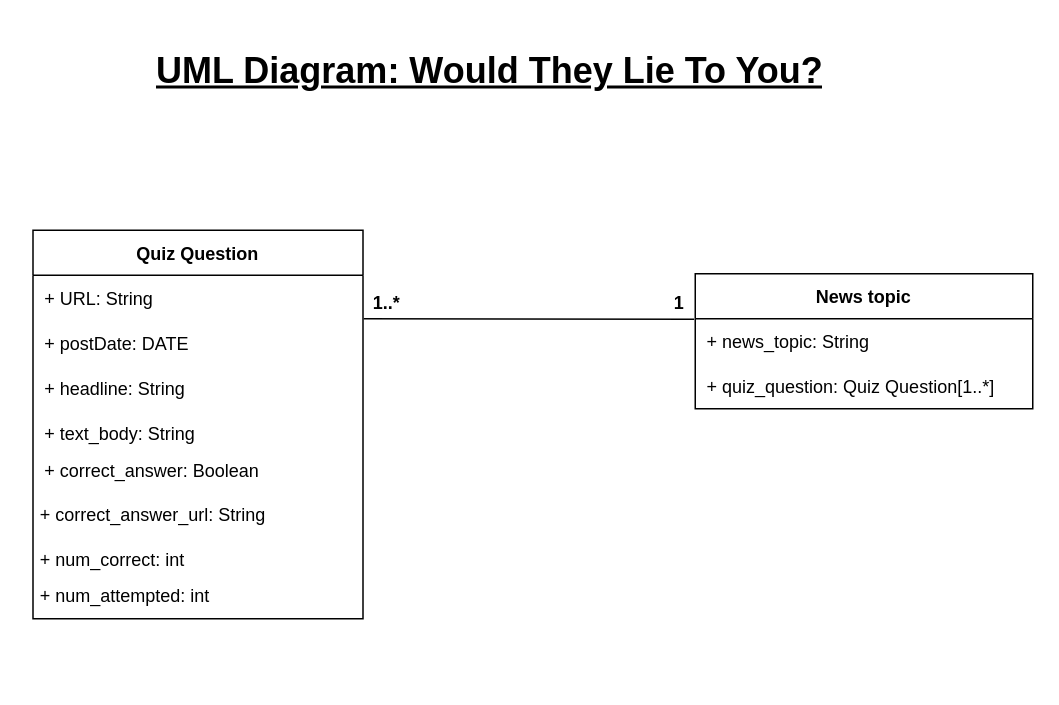
Earlier version of the draw.io diagram Documentation/Backend/DatabaseDesign/NoSQLDBDevelopment/NoSQLUML.drawio (Davospike/segpSPA). Source tidied: cells renumbered, new cells numbered last; positions are measured from the earlier drawing's top-left corner, leaving out a move shared by most shapes. Both pictures are drawn from the tidied source at 150%, with x=0, y=0 at pixel (27, 40).
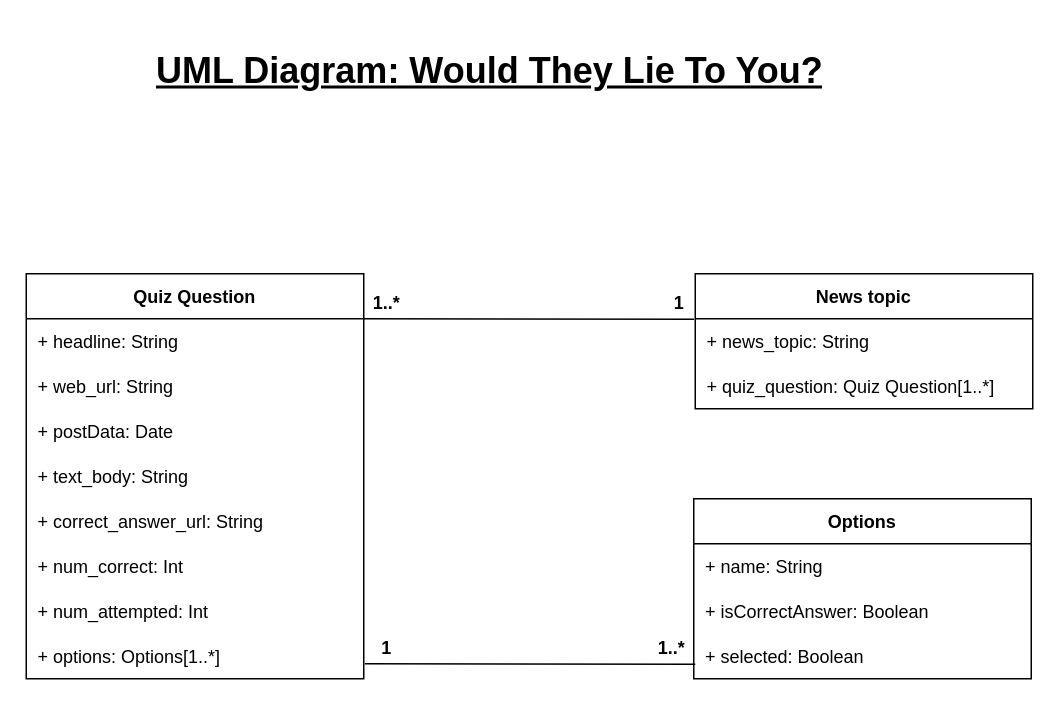
The same page after the edit.

Change to the diagram source:
```diff
@@
-    <mxCell id="2" value="Quiz Question" style="shape=table;startSize=30;childLayout=tableLayout;rowLines=0;fontStyle=1;align=center;" parent="1" vertex="1">
-      <mxGeometry x="3.5" y="126" width="220" height="259" as="geometry" />
-    </mxCell>
-    <mxCell id="3" style="shape=partialRectangle;fillColor=none;top=0;left=0;right=0;bottom=0;" parent="2" vertex="1">
-      <mxGeometry y="30" width="220" height="30" as="geometry" />
-    </mxCell>
-    <mxCell id="4" value="+ URL: String" style="shape=partialRectangle;overflow=hidden;fillColor=none;top=0;left=0;bottom=0;right=0;align=left;spacingLeft=6;" parent="3" vertex="1">
-      <mxGeometry width="220" height="30" as="geometry" />
-    </mxCell>
-    <mxCell id="5" style="shape=partialRectangle;fillColor=none;top=0;left=0;right=0;bottom=0;" parent="2" vertex="1">
-      <mxGeometry y="60" width="220" height="30" as="geometry" />
-    </mxCell>
-    <mxCell id="6" value="+ postDate: DATE " style="shape=partialRectangle;overflow=hidden;fillColor=none;top=0;left=0;bottom=0;right=0;align=left;spacingLeft=6;" parent="5" vertex="1">
-      <mxGeometry width="220" height="30" as="geometry" />
-    </mxCell>
-    <mxCell id="7" style="shape=partialRectangle;fillColor=none;top=0;left=0;right=0;bottom=0;" parent="2" vertex="1">
-      <mxGeometry y="90" width="220" height="30" as="geometry" />
-    </mxCell>
-    <mxCell id="8" value="+ headline: String" style="shape=partialRectangle;overflow=hidden;fillColor=none;top=0;left=0;bottom=0;right=0;align=left;spacingLeft=6;" parent="7" vertex="1">
-      <mxGeometry width="220" height="30" as="geometry" />
-    </mxCell>
-    <mxCell id="9" style="shape=partialRectangle;fillColor=none;top=0;left=0;right=0;bottom=0;" parent="2" vertex="1">
-      <mxGeometry y="120" width="220" height="30" as="geometry" />
-    </mxCell>
-    <mxCell id="10" value="+ text_body: String" style="shape=partialRectangle;overflow=hidden;fillColor=none;top=0;left=0;bottom=0;right=0;align=left;spacingLeft=6;" parent="9" vertex="1">
-      <mxGeometry width="220" height="30" as="geometry" />
-    </mxCell>
-    <mxCell id="11" style="shape=partialRectangle;fillColor=none;top=0;left=0;right=0;bottom=0;" parent="2" vertex="1">
-      <mxGeometry y="150" width="220" height="20" as="geometry" />
-    </mxCell>
-    <mxCell id="12" value="+ correct_answer: Boolean" style="shape=partialRectangle;overflow=hidden;fillColor=none;top=0;left=0;bottom=0;right=0;align=left;spacingLeft=6;" parent="11" vertex="1">
-      <mxGeometry width="220" height="20" as="geometry" />
-    </mxCell>
-    <mxCell id="13" style="shape=partialRectangle;fillColor=none;top=0;left=0;right=0;bottom=0;" parent="2" vertex="1">
-      <mxGeometry y="170" width="220" height="29" as="geometry" />
-    </mxCell>
-    <mxCell id="14" style="shape=partialRectangle;overflow=hidden;fillColor=none;top=0;left=0;bottom=0;right=0;align=left;spacingLeft=6;labelBorderColor=#000000;perimeterSpacing=0;strokeWidth=2;" parent="13" vertex="1">
-      <mxGeometry width="220" height="29" as="geometry" />
-    </mxCell>
@@
+    <mxCell id="27" value="Options" style="shape=table;startSize=30;childLayout=tableLayout;rowLines=0;fontStyle=1;align=center;" parent="1" vertex="1">
+      <mxGeometry x="444" y="305" width="225" height="120" as="geometry" />
+    </mxCell>
+    <mxCell id="28" style="shape=partialRectangle;fillColor=none;top=0;left=0;right=0;bottom=0;" parent="27" vertex="1">
+      <mxGeometry y="30" width="225" height="30" as="geometry" />
+    </mxCell>
+    <mxCell id="29" value="+ name: String" style="shape=partialRectangle;overflow=hidden;fillColor=none;top=0;left=0;bottom=0;right=0;align=left;spacingLeft=6;" parent="28" vertex="1">
+      <mxGeometry width="225" height="30" as="geometry" />
+    </mxCell>
+    <mxCell id="30" style="shape=partialRectangle;fillColor=none;top=0;left=0;right=0;bottom=0;" parent="27" vertex="1">
+      <mxGeometry y="60" width="225" height="30" as="geometry" />
+    </mxCell>
+    <mxCell id="31" value="+ isCorrectAnswer: Boolean" style="shape=partialRectangle;overflow=hidden;fillColor=none;top=0;left=0;bottom=0;right=0;align=left;spacingLeft=6;labelBorderColor=none;perimeterSpacing=0;spacingTop=0;strokeColor=none;" parent="30" vertex="1">
+      <mxGeometry width="225" height="30" as="geometry" />
+    </mxCell>
+    <mxCell id="32" style="shape=partialRectangle;fillColor=none;top=0;left=0;right=0;bottom=0;" parent="27" vertex="1">
+      <mxGeometry y="90" width="225" height="30" as="geometry" />
+    </mxCell>
+    <mxCell id="33" value="+ selected: Boolean" style="shape=partialRectangle;overflow=hidden;fillColor=none;top=0;left=0;bottom=0;right=0;align=left;spacingLeft=6;labelBorderColor=none;perimeterSpacing=0;spacingTop=0;strokeColor=none;" parent="32" vertex="1">
+      <mxGeometry width="225" height="30" as="geometry" />
+    </mxCell>
+    <mxCell id="2" value="Quiz Question" style="shape=table;startSize=30;childLayout=tableLayout;rowLines=0;fontStyle=1;align=center;" parent="1" vertex="1">
+      <mxGeometry x="-1" y="155" width="225" height="270" as="geometry" />
+    </mxCell>
+    <mxCell id="34" style="shape=partialRectangle;fillColor=none;top=0;left=0;right=0;bottom=0;" parent="2" vertex="1">
+      <mxGeometry y="30" width="225" height="30" as="geometry" />
+    </mxCell>
+    <mxCell id="8" value="+ headline: String" style="shape=partialRectangle;overflow=hidden;fillColor=none;top=0;left=0;bottom=0;right=0;align=left;spacingLeft=6;" parent="34" vertex="1">
+      <mxGeometry width="225" height="30" as="geometry" />
+    </mxCell>
+    <mxCell id="35" style="shape=partialRectangle;fillColor=none;top=0;left=0;right=0;bottom=0;" parent="2" vertex="1">
+      <mxGeometry y="60" width="225" height="30" as="geometry" />
+    </mxCell>
+    <mxCell id="36" value="+ web_url: String" style="shape=partialRectangle;overflow=hidden;fillColor=none;top=0;left=0;bottom=0;right=0;align=left;spacingLeft=6;labelBorderColor=none;perimeterSpacing=0;spacingTop=0;strokeColor=none;" parent="35" vertex="1">
+      <mxGeometry width="225" height="30" as="geometry" />
+    </mxCell>
+    <mxCell id="37" style="shape=partialRectangle;fillColor=none;top=0;left=0;right=0;bottom=0;" parent="2" vertex="1">
+      <mxGeometry y="90" width="225" height="30" as="geometry" />
+    </mxCell>
+    <mxCell id="38" value="+ postData: Date" style="shape=partialRectangle;overflow=hidden;fillColor=none;top=0;left=0;bottom=0;right=0;align=left;spacingLeft=6;labelBorderColor=none;perimeterSpacing=0;spacingTop=0;strokeColor=none;" parent="37" vertex="1">
+      <mxGeometry width="225" height="30" as="geometry" />
+    </mxCell>
+    <mxCell id="39" style="shape=partialRectangle;fillColor=none;top=0;left=0;right=0;bottom=0;" parent="2" vertex="1">
+      <mxGeometry y="120" width="225" height="30" as="geometry" />
+    </mxCell>
+    <mxCell id="10" value="+ text_body: String" style="shape=partialRectangle;overflow=hidden;fillColor=none;top=0;left=0;bottom=0;right=0;align=left;spacingLeft=6;labelBorderColor=none;perimeterSpacing=0;spacingTop=0;strokeColor=none;" parent="39" vertex="1">
+      <mxGeometry width="225" height="30" as="geometry" />
+    </mxCell>
+    <mxCell id="40" style="shape=partialRectangle;fillColor=none;top=0;left=0;right=0;bottom=0;" parent="2" vertex="1">
+      <mxGeometry y="150" width="225" height="30" as="geometry" />
+    </mxCell>
-    <mxCell id="24" value="+ correct_answer_url: String" style="shape=partialRectangle;overflow=hidden;fillColor=none;top=0;left=0;bottom=0;right=0;align=left;spacingLeft=6;" parent="1" vertex="1">
-      <mxGeometry x="0.5" y="305" width="220" height="20" as="geometry" />
+    <mxCell id="24" value="+ correct_answer_url: String" style="shape=partialRectangle;overflow=hidden;fillColor=none;top=0;left=0;bottom=0;right=0;align=left;spacingLeft=6;labelBorderColor=none;perimeterSpacing=0;spacingTop=0;strokeColor=none;" parent="40" vertex="1">
+      <mxGeometry width="225" height="30" as="geometry" />
     </mxCell>
-    <mxCell id="25" value="+ num_correct: int" style="shape=partialRectangle;overflow=hidden;fillColor=none;top=0;left=0;bottom=0;right=0;align=left;spacingLeft=6;" parent="1" vertex="1">
-      <mxGeometry x="0.5" y="335" width="220" height="20" as="geometry" />
-    </mxCell>
-    <mxCell id="26" value="+ num_attempted: int" style="shape=partialRectangle;overflow=hidden;fillColor=none;top=0;left=0;bottom=0;right=0;align=left;spacingLeft=6;" parent="1" vertex="1">
-      <mxGeometry x="0.5" y="359" width="220" height="20" as="geometry" />
-    </mxCell>
+    <mxCell id="41" style="shape=partialRectangle;fillColor=none;top=0;left=0;right=0;bottom=0;" parent="2" vertex="1">
+      <mxGeometry y="180" width="225" height="30" as="geometry" />
+    </mxCell>
+    <mxCell id="42" value="+ num_correct: Int" style="shape=partialRectangle;overflow=hidden;fillColor=none;top=0;left=0;bottom=0;right=0;align=left;spacingLeft=6;labelBorderColor=none;perimeterSpacing=0;spacingTop=0;strokeColor=none;" parent="41" vertex="1">
+      <mxGeometry width="225" height="30" as="geometry" />
+    </mxCell>
+    <mxCell id="43" style="shape=partialRectangle;fillColor=none;top=0;left=0;right=0;bottom=0;" parent="2" vertex="1">
+      <mxGeometry y="210" width="225" height="30" as="geometry" />
+    </mxCell>
+    <mxCell id="44" value="+ num_attempted: Int" style="shape=partialRectangle;overflow=hidden;fillColor=none;top=0;left=0;bottom=0;right=0;align=left;spacingLeft=6;labelBorderColor=none;perimeterSpacing=0;spacingTop=0;strokeColor=none;" parent="43" vertex="1">
+      <mxGeometry width="225" height="30" as="geometry" />
+    </mxCell>
+    <mxCell id="45" style="shape=partialRectangle;fillColor=none;top=0;left=0;right=0;bottom=0;" parent="2" vertex="1">
+      <mxGeometry y="240" width="225" height="30" as="geometry" />
+    </mxCell>
+    <mxCell id="46" value="+ options: Options[1..*]" style="shape=partialRectangle;overflow=hidden;fillColor=none;top=0;left=0;bottom=0;right=0;align=left;spacingLeft=6;labelBorderColor=none;perimeterSpacing=0;spacingTop=0;strokeColor=none;" parent="45" vertex="1">
+      <mxGeometry width="225" height="30" as="geometry" />
+    </mxCell>
+    <mxCell id="47" style="endArrow=none;html=1;exitX=1.013;exitY=1.013;exitDx=0;exitDy=0;exitPerimeter=0;" parent="1" edge="1">
+      <mxGeometry relative="1" as="geometry">
+        <mxPoint x="445" y="415.3" as="sourcePoint" />
+        <mxPoint x="224.7" y="415" as="targetPoint" />
+        <Array as="points">
+          <mxPoint x="224.7" y="415" />
+        </Array>
+      </mxGeometry>
+    </mxCell>
+    <mxCell id="48" value="1" style="text;html=1;align=center;verticalAlign=middle;fontStyle=1;" parent="1" vertex="1">
+      <mxGeometry x="229" y="395" width="20" height="20" as="geometry" />
+    </mxCell>
+    <mxCell id="49" value="1..*" style="text;html=1;align=center;verticalAlign=middle;fontStyle=1;" parent="1" vertex="1">
+      <mxGeometry x="414" y="395" width="30" height="20" as="geometry" />
+    </mxCell>
```
